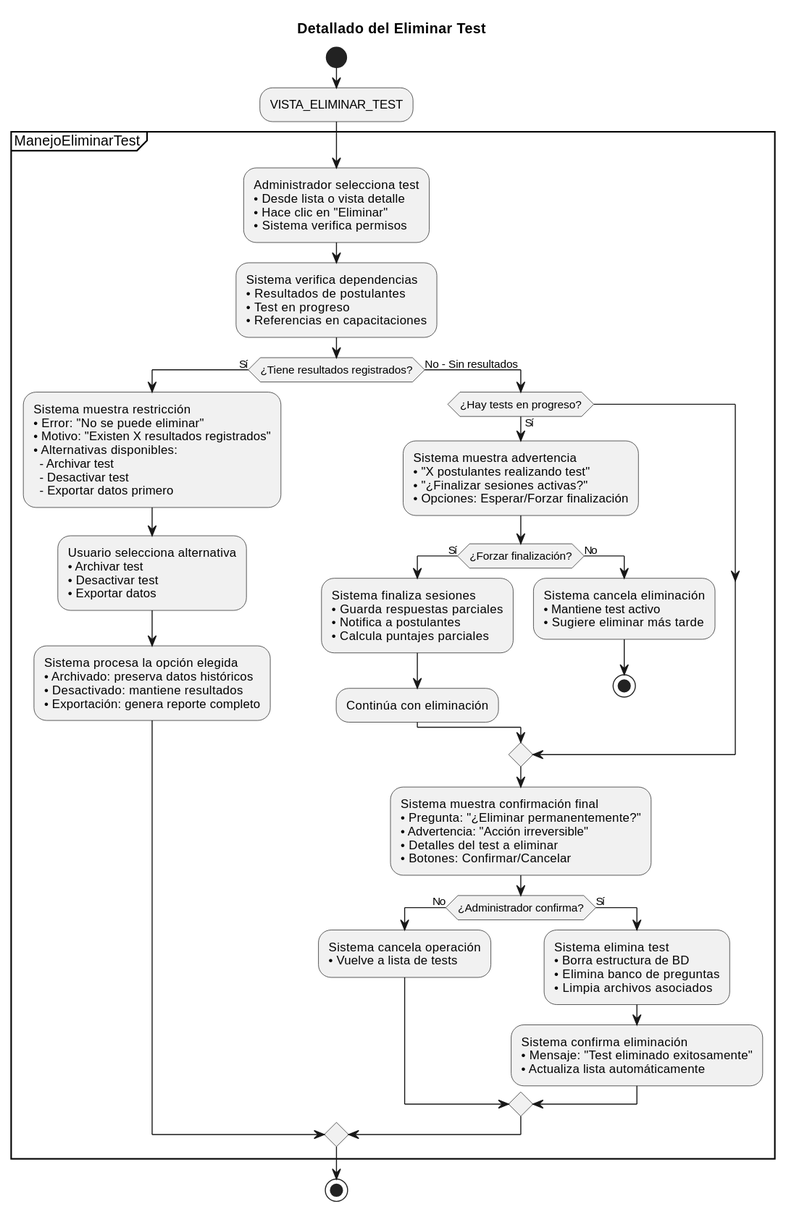
The PlantUML diagram documentos/imagenes/casos_de_uso/diagramas_casos_de_uso_detallados/eliminar_test.svg in Dievex/24-25-IdSw1-SDR, before a commit.
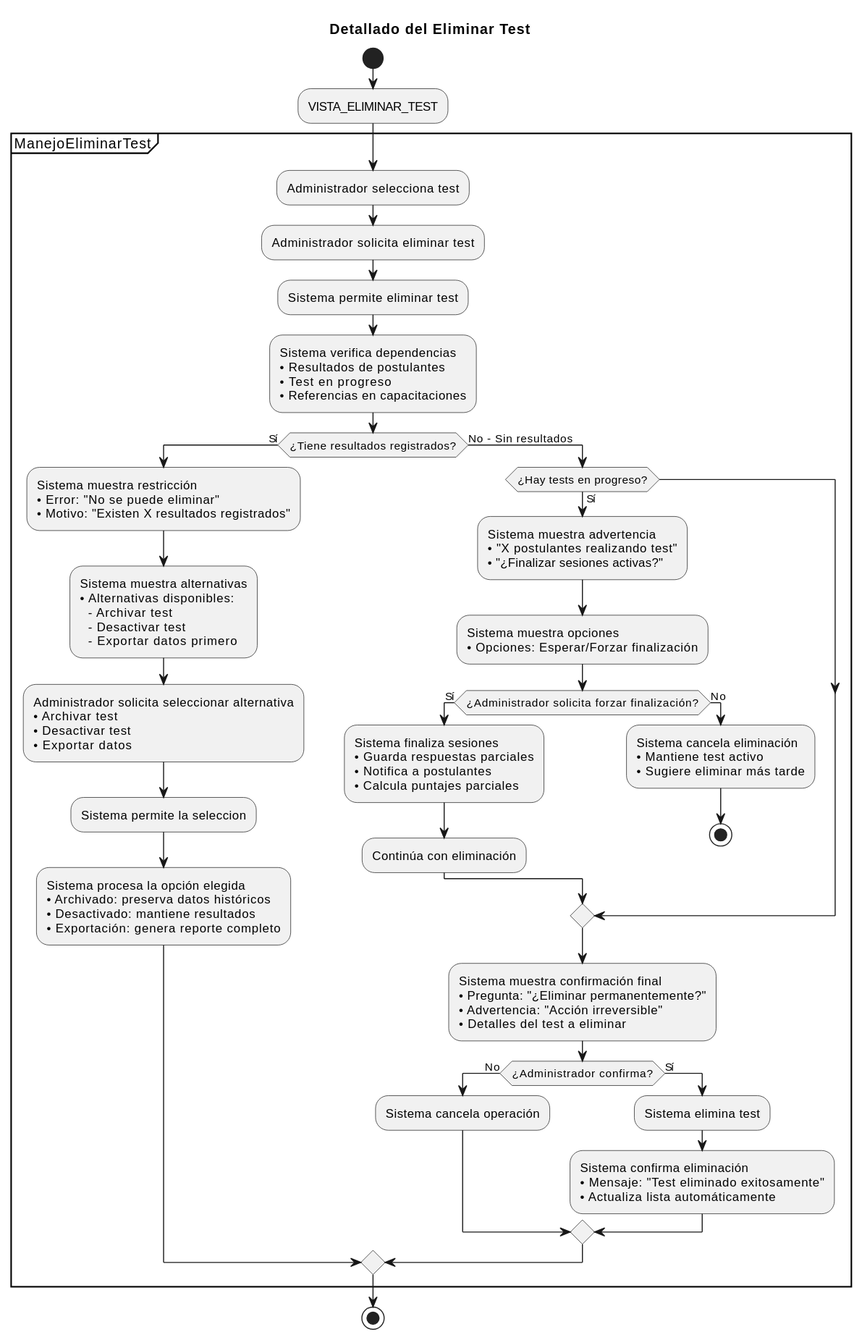
After the change.

Diff of the diagram source:
```diff
@@ -7,10 +7,10 @@
 
 partition ManejoEliminarTest {
 
-  :Administrador selecciona test
-  • Desde lista o vista detalle
-  • Hace clic en "Eliminar"
-  • Sistema verifica permisos;
+  :Administrador selecciona test;
+  :Administrador solicita eliminar test;
+
+  :Sistema permite eliminar test;
 
   :Sistema verifica dependencias
   • Resultados de postulantes
@@ -20,16 +20,20 @@
   if (¿Tiene resultados registrados?) then (Sí)
     :Sistema muestra restricción
     • Error: "No se puede eliminar"
-    • Motivo: "Existen X resultados registrados"
+    • Motivo: "Existen X resultados registrados";
+
+    :Sistema muestra alternativas
     • Alternativas disponibles:
       - Archivar test
       - Desactivar test
       - Exportar datos primero;
 
-    :Usuario selecciona alternativa
+    :Administrador solicita seleccionar alternativa
     • Archivar test
     • Desactivar test
     • Exportar datos;
+
+    :Sistema permite la seleccion;
 
     :Sistema procesa la opción elegida
     • Archivado: preserva datos históricos
@@ -40,10 +44,12 @@
     if (¿Hay tests en progreso?) then (Sí)
       :Sistema muestra advertencia
       • "X postulantes realizando test"
-      • "¿Finalizar sesiones activas?"
+      • "¿Finalizar sesiones activas?";
+
+      :Sistema muestra opciones
       • Opciones: Esperar/Forzar finalización;
 
-      if (¿Forzar finalización?) then (Sí)
+      if (¿Administrador solicita forzar finalización?) then (Sí)
         :Sistema finaliza sesiones
         • Guarda respuestas parciales
         • Notifica a postulantes
@@ -65,19 +71,13 @@
     :Sistema muestra confirmación final
     • Pregunta: "¿Eliminar permanentemente?"
     • Advertencia: "Acción irreversible"
-    • Detalles del test a eliminar
-    • Botones: Confirmar/Cancelar;
+    • Detalles del test a eliminar;
 
     if (¿Administrador confirma?) then (No)
-      :Sistema cancela operación
-      • Vuelve a lista de tests;
+      :Sistema cancela operación;
 
     else (Sí)
-      :Sistema elimina test
-      • Borra estructura de BD
-      • Elimina banco de preguntas
-      • Limpia archivos asociados;
-
+      :Sistema elimina test;
 
       :Sistema confirma eliminación
       • Mensaje: "Test eliminado exitosamente"
```
